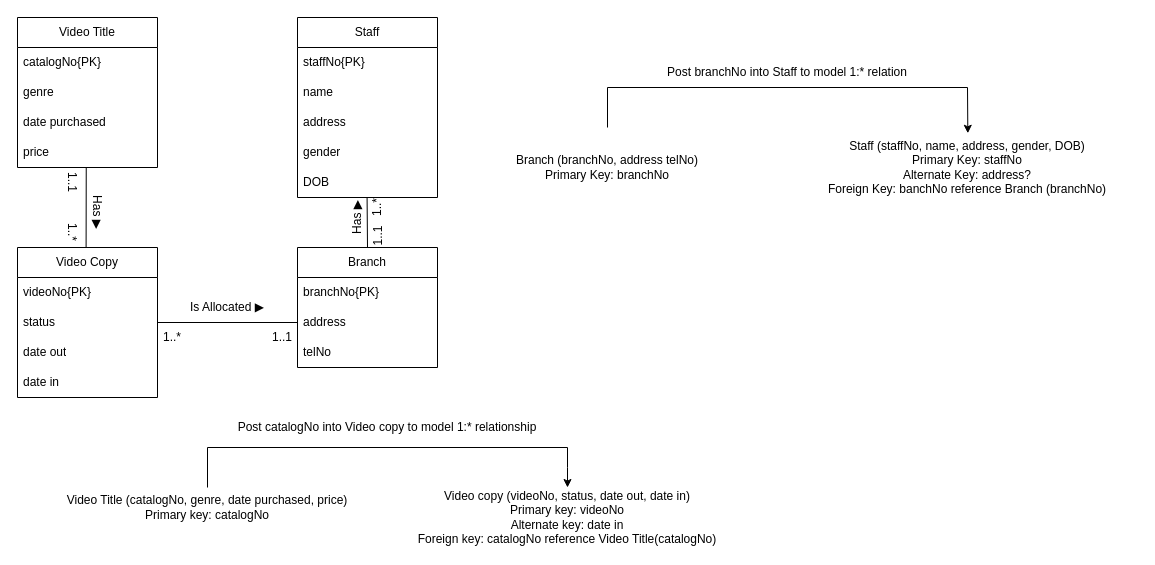
shadowngks/DBMS keeps this draw.io diagram as DBMS_T02_3b.drawio. Above is the earlier version. Source tidied: cells renumbered, new cells numbered last; positions are measured from the earlier drawing's top-left corner, leaving out a move shared by most shapes. Both pictures are drawn from the tidied source at 100%, with x=0, y=0 at pixel (17, 17).
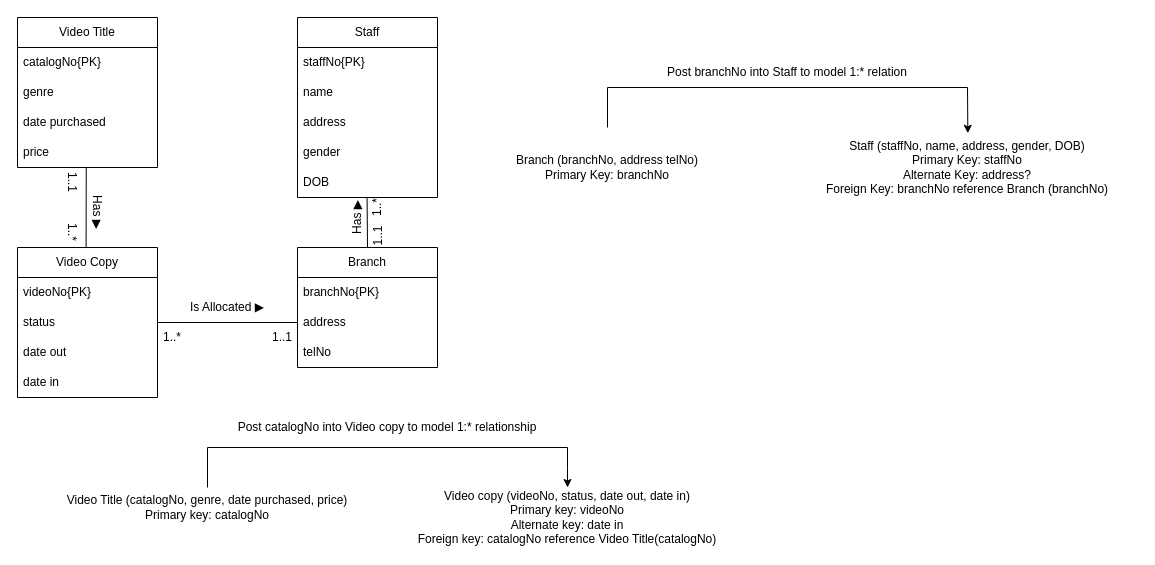
The same diagram, later.

What changed in the source:
```diff
@@
-    <mxCell id="41" value="Staff (staffNo, name, address, gender, DOB)&lt;div&gt;Primary Key: staffNo&lt;/div&gt;&lt;div&gt;Alternate Key: address?&lt;/div&gt;&lt;div&gt;Foreign Key: banchNo reference Branch (branchNo)&lt;/div&gt;" style="text;html=1;align=center;verticalAlign=middle;whiteSpace=wrap;rounded=0;" parent="1" vertex="1">
+    <mxCell id="41" value="Staff (staffNo, name, address, gender, DOB)&lt;div&gt;Primary Key: staffNo&lt;/div&gt;&lt;div&gt;Alternate Key: address?&lt;/div&gt;&lt;div&gt;Foreign Key: branchNo reference Branch (branchNo)&lt;/div&gt;" style="text;html=1;align=center;verticalAlign=middle;whiteSpace=wrap;rounded=0;" parent="1" vertex="1">
       <mxGeometry x="780" y="110" width="340" height="80" as="geometry" />
     </mxCell>
```
